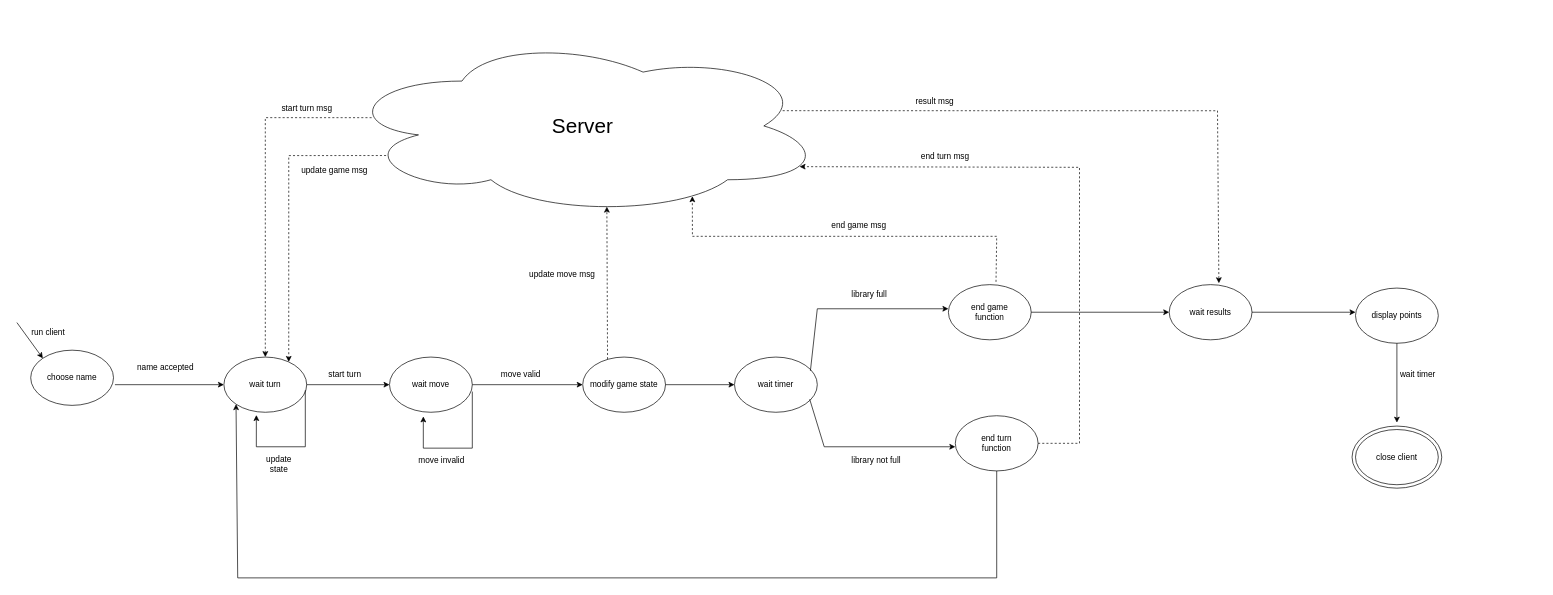
The draw.io diagram deliveries/Diagrammi UML/State Diagram.drawio in Davide-Ettori/My_Shelfie-Distributed-Online-Game, before the edit. Source tidied: cells renumbered, new cells numbered last; positions are measured from the earlier drawing's top-left corner, leaving out a move shared by most shapes. Both pictures are drawn from the tidied source at 69%, with x=0, y=0 at pixel (17, 36).
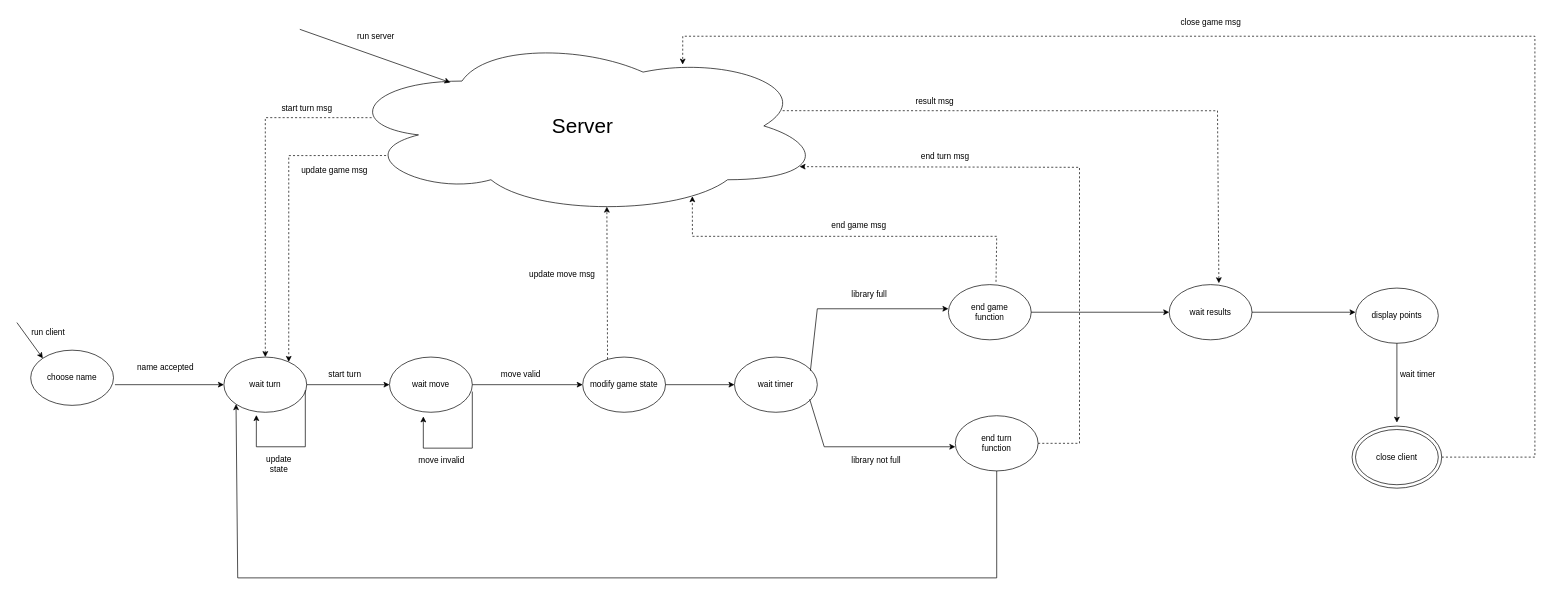
After the change.

The change refers to these unchanged cells:
```xml
<mxCell id="2" style="ellipse;whiteSpace=wrap;html=1;fontSize=12;" parent="1" vertex="1">
  <mxGeometry x="1935" y="565" width="130" height="90" as="geometry" />
</mxCell>
<mxCell id="28" value="&lt;font style=&quot;font-size: 30px;&quot;&gt;Server&lt;/font&gt;" style="ellipse;shape=cloud;whiteSpace=wrap;html=1;" parent="1" vertex="1">
  <mxGeometry x="470" width="700" height="260" as="geometry" />
</mxCell>
```

Change to the diagram source:
```diff
@@
+    <mxCell id="48" style="endArrow=classic;html=1;rounded=0;entryX=0.226;entryY=0.258;entryDx=0;entryDy=0;entryPerimeter=0;" parent="1" edge="1" target="28">
+      <mxGeometry relative="1" as="geometry">
+        <mxPoint x="410" y="-10" as="sourcePoint" />
+      </mxGeometry>
+    </mxCell>
+    <mxCell id="49" value="run server" style="text;html=1;align=center;verticalAlign=middle;strokeColor=none;fillColor=none;" parent="1" vertex="1">
+      <mxGeometry x="480" y="-15" width="80" height="30" as="geometry" />
+    </mxCell>
+    <mxCell id="50" style="endArrow=classic;html=1;rounded=0;exitX=1;exitY=0.5;exitDx=0;exitDy=0;entryX=0.707;entryY=0.158;entryDx=0;entryDy=0;entryPerimeter=0;dashed=1;" parent="1" edge="1" source="2" target="28">
+      <mxGeometry relative="1" as="geometry">
+        <Array as="points">
+          <mxPoint x="2200" y="610" />
+          <mxPoint x="2200" />
+          <mxPoint x="1580" />
+          <mxPoint x="965" />
+        </Array>
+      </mxGeometry>
+    </mxCell>
+    <mxCell id="51" value="close game msg" style="text;html=1;align=center;verticalAlign=middle;strokeColor=none;fillColor=none;" parent="1" vertex="1">
+      <mxGeometry x="1675" y="-35" width="110" height="30" as="geometry" />
+    </mxCell>
```
